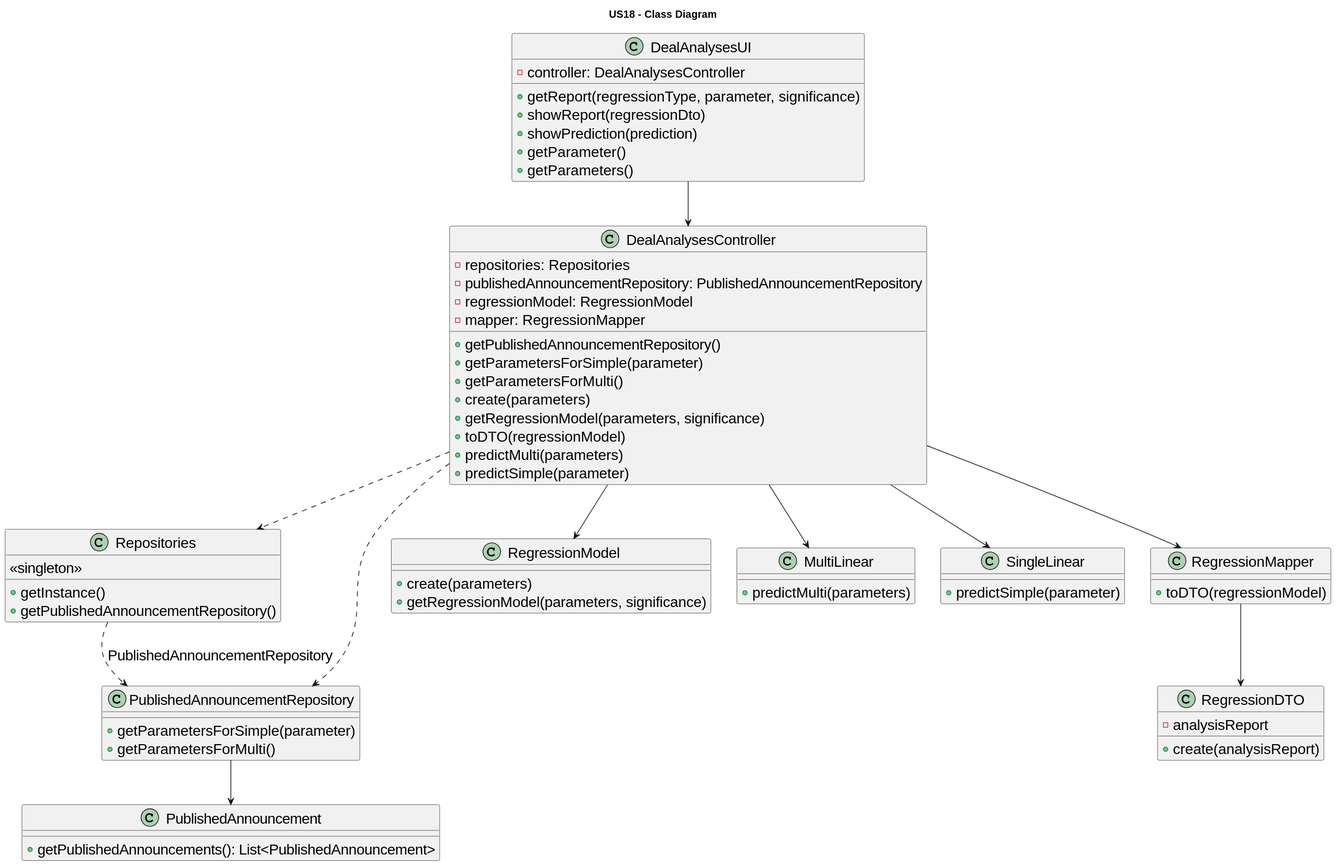
PureNimble/ISEP-LAPR2 keeps this PlantUML diagram as docs/sprintD/US018/03.design/svg/us18-class-diagram.svg. Above is the earlier version.
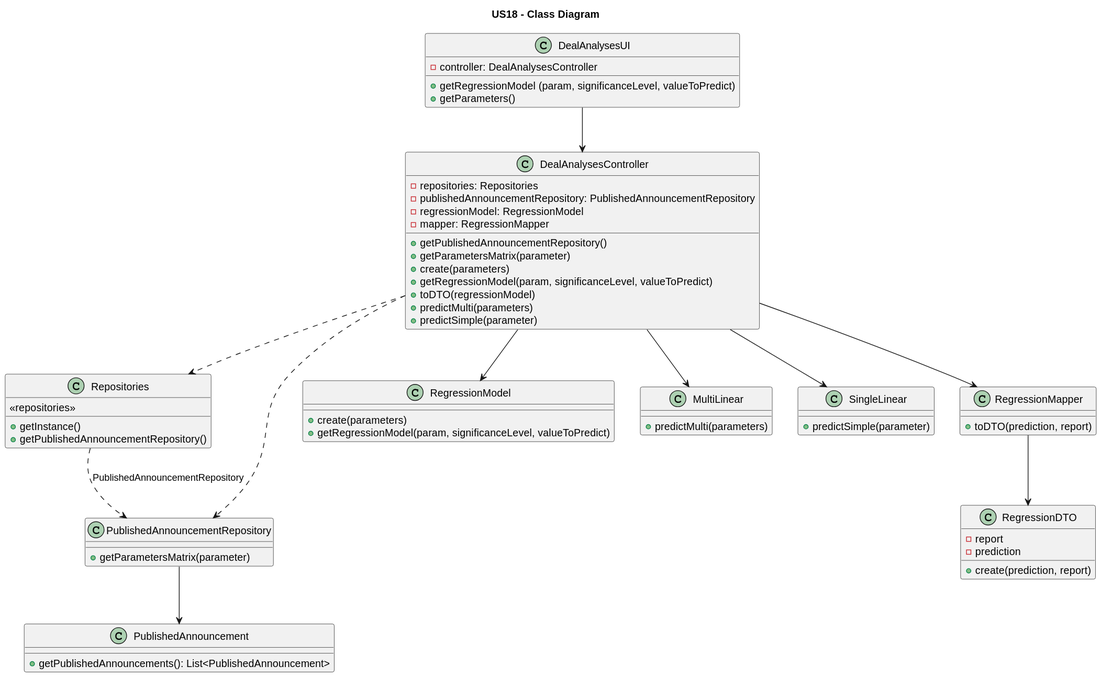
After the commit.

Change to the diagram source:
```diff
@@ -1,14 +1,10 @@
 @startuml
-skinparamlocked defaultFontSize 20
 
 title US18 - Class Diagram
 
 class DealAnalysesUI {
   -controller: DealAnalysesController
-  +getReport(regressionType, parameter, significance)
-  +showReport(regressionDto)
-  +showPrediction(prediction)
-  +getParameter()
+  +getRegressionModel (param, significanceLevel, valueToPredict)
   +getParameters()
 }
 
@@ -18,24 +14,22 @@
   -regressionModel: RegressionModel
   -mapper: RegressionMapper
   +getPublishedAnnouncementRepository()
-  +getParametersForSimple(parameter)
-  +getParametersForMulti()
+  +getParametersMatrix(parameter)
   +create(parameters)
-  +getRegressionModel(parameters, significance)
+  +getRegressionModel(param, significanceLevel, valueToPredict)
   +toDTO(regressionModel)
   +predictMulti(parameters)
   +predictSimple(parameter)
 }
 
 class Repositories {
-  <<singleton>>
+  <<repositories>>
   +getInstance()
   +getPublishedAnnouncementRepository()
 }
 
 class PublishedAnnouncementRepository {
-  +getParametersForSimple(parameter)
-  +getParametersForMulti()
+  +getParametersMatrix(parameter)
 }
 
 class PublishedAnnouncement {
@@ -44,7 +38,7 @@
 
 class RegressionModel {
   +create(parameters)
-  +getRegressionModel(parameters, significance)
+  +getRegressionModel(param, significanceLevel, valueToPredict)
 }
 
 class MultiLinear {
@@ -56,12 +50,13 @@
 }
 
 class RegressionMapper {
-  +toDTO(regressionModel)
+  +toDTO(prediction, report)
 }
 
 class RegressionDTO {
-  -analysisReport
-  +create(analysisReport)
+  -report
+  -prediction
+  +create(prediction, report)
 }
 
 DealAnalysesUI --> DealAnalysesController
@@ -74,4 +69,6 @@
 RegressionMapper --> RegressionDTO
 Repositories ..> PublishedAnnouncementRepository : PublishedAnnouncementRepository
 PublishedAnnouncementRepository --> PublishedAnnouncement
+
+
 @enduml
```
